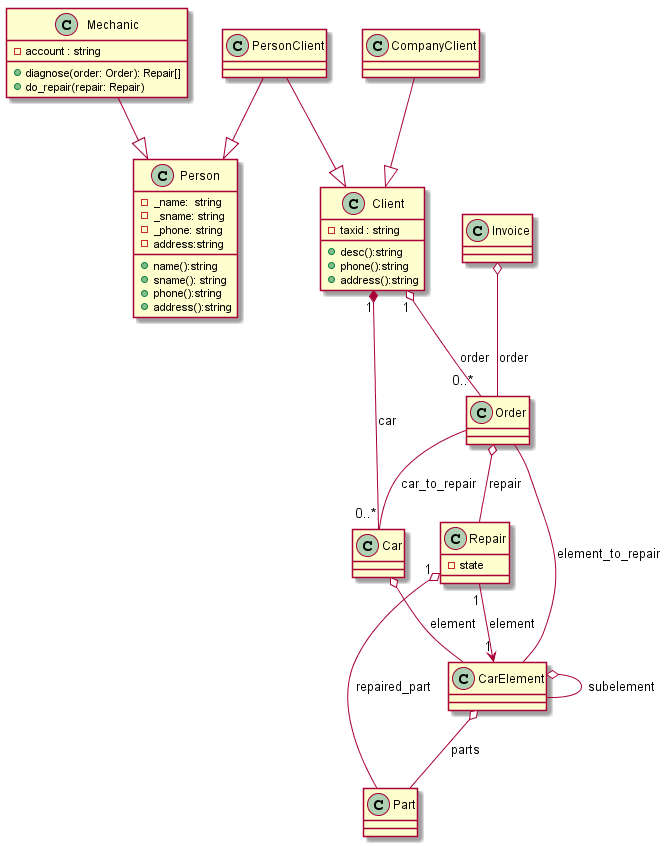
This is out/warsztat_class_diaram/warsztat_class_diaram.png from kpodlaski/Prog_zaaw_I_2020, a PlantUML export, as it was before one commit.
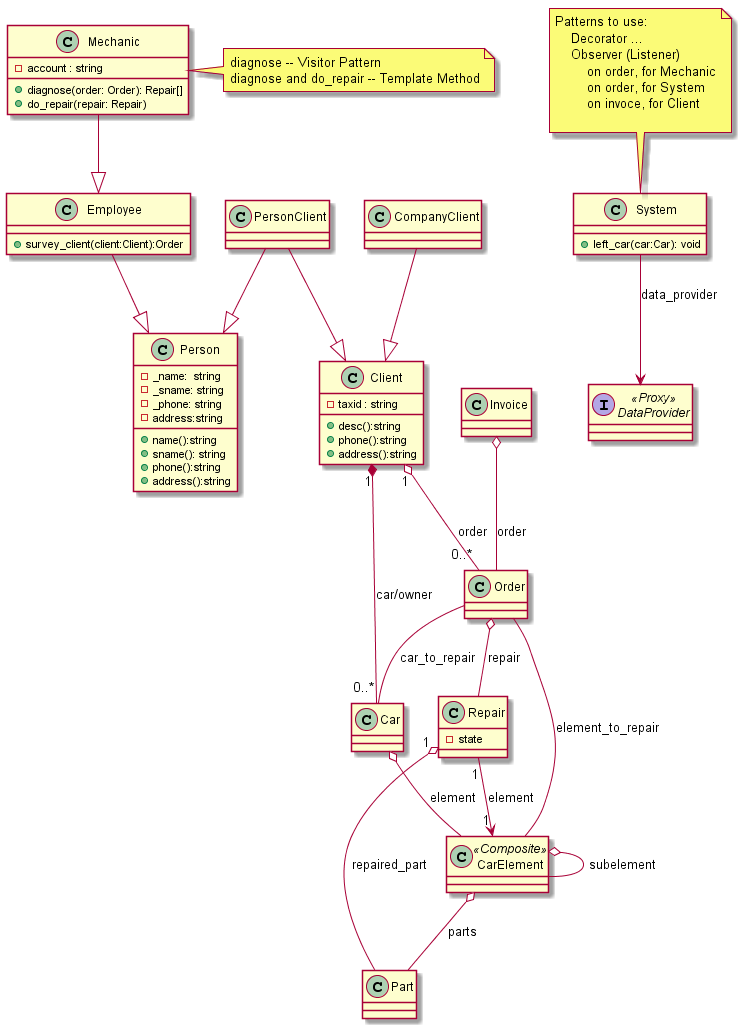
The same file after the commit.

Diff of the diagram source:
```diff
@@ -1,10 +1,12 @@
 @startuml
-    Mechanic --|>Person
+    Mechanic --|>Employee
+    Employee --|>Person
     PersonClient --|> Person
     PersonClient --|> Client
     CompanyClient --|> Client
     Client "1" o-- "0..*" Order :order
-    Client "1" *-- "0..*" Car: car
+    Client "1" *-- "0..*" Car: car/owner
+
     Car o-- CarElement: element
     CarElement o-- Part : parts
     CarElement o-- CarElement: subelement
@@ -14,6 +16,17 @@
     Order -- Car : car_to_repair
     Order o-- Repair : repair
     Invoice o-- Order: order
+    System --> DataProvider : data_provider
+
+    note top of System
+        Patterns to use:
+            Decorator ...
+            Observer (Listener)
+                on order, for Mechanic
+                on order, for System
+                on invoce, for Client
+
+    end note
 
     class Person{
         -_name:  string
@@ -27,11 +40,19 @@
         +address():string
     }
 
+    class Employee{
+        +survey_client(client:Client):Order
+    }
+
     class Mechanic{
         -account : string
         +diagnose(order: Order): Repair[]
         +do_repair(repair: Repair)
     }
+    note right of Mechanic
+        diagnose -- Visitor Pattern
+        diagnose and do_repair -- Template Method
+    end note
     class Client{
         -taxid : string
         +desc():string
@@ -50,7 +71,9 @@
 
     class Car{}
 
-    class CarElement{}
+    class CarElement <<Composite>>{
+
+    }
 
     class Part{}
     class Order{}
@@ -60,4 +83,13 @@
 
     class Invoice{}
 
+    class System {
+        +left_car(car:Car): void
+    }
+
+    interface DataProvider  <<Proxy>>{
+
+    }
+
+
 @enduml
```
